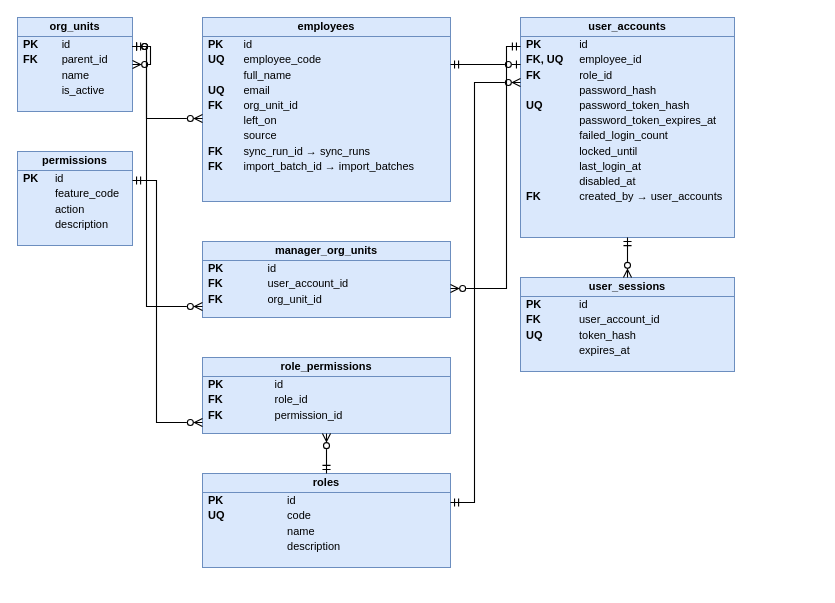
cuonglpv/VFast keeps this draw.io diagram as docs/database/diagrams/erd_organization.drawio. Above is the earlier version. Source tidied: cells renumbered, new cells numbered last; positions are measured from the earlier drawing's top-left corner, leaving out a move shared by most shapes. Both pictures are drawn from the tidied source at 100%, with x=0, y=0 at pixel (17, 17).
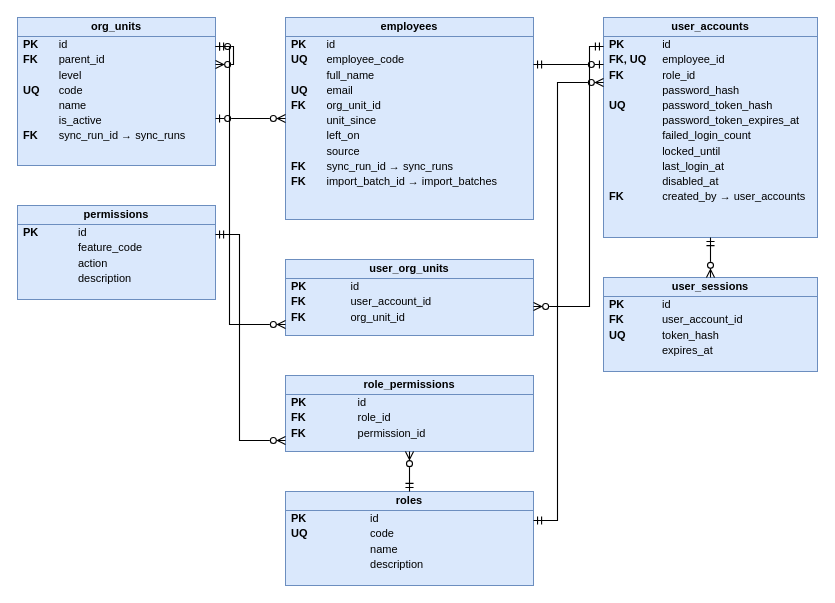
The same diagram, later.

Diff of the diagram source:
```diff
@@
-    <mxCell id="2" value="&lt;div style=&quot;font-weight:bold;text-align:center;padding:3px 0;border-bottom:1px solid #6C8EBF;&quot;&gt;org_units&lt;/div&gt;&lt;table style=&quot;width:100%;font-size:11px;border-collapse:collapse;&quot;&gt;&lt;tr&gt;&lt;td style=&quot;padding:1px 8px 1px 6px;&quot;&gt;&lt;b&gt;PK&lt;/b&gt;&lt;/td&gt;&lt;td style=&quot;padding:1px 6px;&quot;&gt;id&lt;/td&gt;&lt;/tr&gt;&lt;tr&gt;&lt;td style=&quot;padding:1px 8px 1px 6px;&quot;&gt;&lt;b&gt;FK&lt;/b&gt;&lt;/td&gt;&lt;td style=&quot;padding:1px 6px;&quot;&gt;parent_id&lt;/td&gt;&lt;/tr&gt;&lt;tr&gt;&lt;td style=&quot;padding:1px 8px 1px 6px;&quot;&gt;&lt;b&gt;&lt;/b&gt;&lt;/td&gt;&lt;td style=&quot;padding:1px 6px;&quot;&gt;name&lt;/td&gt;&lt;/tr&gt;&lt;tr&gt;&lt;td style=&quot;padding:1px 8px 1px 6px;&quot;&gt;&lt;b&gt;&lt;/b&gt;&lt;/td&gt;&lt;td style=&quot;padding:1px 6px;&quot;&gt;is_active&lt;/td&gt;&lt;/tr&gt;&lt;/table&gt;" style="rounded=0;whiteSpace=wrap;html=1;verticalAlign=top;align=left;spacing=0;overflow=fill;fillColor=#DAE8FC;strokeColor=#6C8EBF;fontSize=11;" parent="1" vertex="1">
-      <mxGeometry width="115" height="94" as="geometry" />
+    <mxCell id="2" value="&lt;div style=&quot;font-weight:bold;text-align:center;padding:3px 0;border-bottom:1px solid #6C8EBF;&quot;&gt;org_units&lt;/div&gt;&lt;table style=&quot;width:100%;font-size:11px;border-collapse:collapse;&quot;&gt;&lt;tr&gt;&lt;td style=&quot;padding:1px 8px 1px 6px;&quot;&gt;&lt;b&gt;PK&lt;/b&gt;&lt;/td&gt;&lt;td style=&quot;padding:1px 6px;&quot;&gt;id&lt;/td&gt;&lt;/tr&gt;&lt;tr&gt;&lt;td style=&quot;padding:1px 8px 1px 6px;&quot;&gt;&lt;b&gt;FK&lt;/b&gt;&lt;/td&gt;&lt;td style=&quot;padding:1px 6px;&quot;&gt;parent_id&lt;/td&gt;&lt;/tr&gt;&lt;tr&gt;&lt;td style=&quot;padding:1px 8px 1px 6px;&quot;&gt;&lt;b&gt;&lt;/b&gt;&lt;/td&gt;&lt;td style=&quot;padding:1px 6px;&quot;&gt;level&lt;/td&gt;&lt;/tr&gt;&lt;tr&gt;&lt;td style=&quot;padding:1px 8px 1px 6px;&quot;&gt;&lt;b&gt;UQ&lt;/b&gt;&lt;/td&gt;&lt;td style=&quot;padding:1px 6px;&quot;&gt;code&lt;/td&gt;&lt;/tr&gt;&lt;tr&gt;&lt;td style=&quot;padding:1px 8px 1px 6px;&quot;&gt;&lt;b&gt;&lt;/b&gt;&lt;/td&gt;&lt;td style=&quot;padding:1px 6px;&quot;&gt;name&lt;/td&gt;&lt;/tr&gt;&lt;tr&gt;&lt;td style=&quot;padding:1px 8px 1px 6px;&quot;&gt;&lt;b&gt;&lt;/b&gt;&lt;/td&gt;&lt;td style=&quot;padding:1px 6px;&quot;&gt;is_active&lt;/td&gt;&lt;/tr&gt;&lt;tr&gt;&lt;td style=&quot;padding:1px 8px 1px 6px;&quot;&gt;&lt;b&gt;FK&lt;/b&gt;&lt;/td&gt;&lt;td style=&quot;padding:1px 6px;&quot;&gt;sync_run_id → sync_runs&lt;/td&gt;&lt;/tr&gt;&lt;/table&gt;" style="rounded=0;whiteSpace=wrap;html=1;verticalAlign=top;align=left;spacing=0;overflow=fill;fillColor=#DAE8FC;strokeColor=#6C8EBF;fontSize=11;" parent="1" vertex="1">
+      <mxGeometry width="198" height="148" as="geometry" />
     </mxCell>
     <mxCell id="3" value="&lt;div style=&quot;font-weight:bold;text-align:center;padding:3px 0;border-bottom:1px solid #6C8EBF;&quot;&gt;permissions&lt;/div&gt;&lt;table style=&quot;width:100%;font-size:11px;border-collapse:collapse;&quot;&gt;&lt;tr&gt;&lt;td style=&quot;padding:1px 8px 1px 6px;&quot;&gt;&lt;b&gt;PK&lt;/b&gt;&lt;/td&gt;&lt;td style=&quot;padding:1px 6px;&quot;&gt;id&lt;/td&gt;&lt;/tr&gt;&lt;tr&gt;&lt;td style=&quot;padding:1px 8px 1px 6px;&quot;&gt;&lt;b&gt;&lt;/b&gt;&lt;/td&gt;&lt;td style=&quot;padding:1px 6px;&quot;&gt;feature_code&lt;/td&gt;&lt;/tr&gt;&lt;tr&gt;&lt;td style=&quot;padding:1px 8px 1px 6px;&quot;&gt;&lt;b&gt;&lt;/b&gt;&lt;/td&gt;&lt;td style=&quot;padding:1px 6px;&quot;&gt;action&lt;/td&gt;&lt;/tr&gt;&lt;tr&gt;&lt;td style=&quot;padding:1px 8px 1px 6px;&quot;&gt;&lt;b&gt;&lt;/b&gt;&lt;/td&gt;&lt;td style=&quot;padding:1px 6px;&quot;&gt;description&lt;/td&gt;&lt;/tr&gt;&lt;/table&gt;" style="rounded=0;whiteSpace=wrap;html=1;verticalAlign=top;align=left;spacing=0;overflow=fill;fillColor=#DAE8FC;strokeColor=#6C8EBF;fontSize=11;" parent="1" vertex="1">
-      <mxGeometry y="134" width="115" height="94" as="geometry" />
+      <mxGeometry y="188" width="198" height="94" as="geometry" />
     </mxCell>
-    <mxCell id="4" value="&lt;div style=&quot;font-weight:bold;text-align:center;padding:3px 0;border-bottom:1px solid #6C8EBF;&quot;&gt;employees&lt;/div&gt;&lt;table style=&quot;width:100%;font-size:11px;border-collapse:collapse;&quot;&gt;&lt;tr&gt;&lt;td style=&quot;padding:1px 8px 1px 6px;&quot;&gt;&lt;b&gt;PK&lt;/b&gt;&lt;/td&gt;&lt;td style=&quot;padding:1px 6px;&quot;&gt;id&lt;/td&gt;&lt;/tr&gt;&lt;tr&gt;&lt;td style=&quot;padding:1px 8px 1px 6px;&quot;&gt;&lt;b&gt;UQ&lt;/b&gt;&lt;/td&gt;&lt;td style=&quot;padding:1px 6px;&quot;&gt;employee_code&lt;/td&gt;&lt;/tr&gt;&lt;tr&gt;&lt;td style=&quot;padding:1px 8px 1px 6px;&quot;&gt;&lt;b&gt;&lt;/b&gt;&lt;/td&gt;&lt;td style=&quot;padding:1px 6px;&quot;&gt;full_name&lt;/td&gt;&lt;/tr&gt;&lt;tr&gt;&lt;td style=&quot;padding:1px 8px 1px 6px;&quot;&gt;&lt;b&gt;UQ&lt;/b&gt;&lt;/td&gt;&lt;td style=&quot;padding:1px 6px;&quot;&gt;email&lt;/td&gt;&lt;/tr&gt;&lt;tr&gt;&lt;td style=&quot;padding:1px 8px 1px 6px;&quot;&gt;&lt;b&gt;FK&lt;/b&gt;&lt;/td&gt;&lt;td style=&quot;padding:1px 6px;&quot;&gt;org_unit_id&lt;/td&gt;&lt;/tr&gt;&lt;tr&gt;&lt;td style=&quot;padding:1px 8px 1px 6px;&quot;&gt;&lt;b&gt;&lt;/b&gt;&lt;/td&gt;&lt;td style=&quot;padding:1px 6px;&quot;&gt;left_on&lt;/td&gt;&lt;/tr&gt;&lt;tr&gt;&lt;td style=&quot;padding:1px 8px 1px 6px;&quot;&gt;&lt;b&gt;&lt;/b&gt;&lt;/td&gt;&lt;td style=&quot;padding:1px 6px;&quot;&gt;source&lt;/td&gt;&lt;/tr&gt;&lt;tr&gt;&lt;td style=&quot;padding:1px 8px 1px 6px;&quot;&gt;&lt;b&gt;FK&lt;/b&gt;&lt;/td&gt;&lt;td style=&quot;padding:1px 6px;&quot;&gt;sync_run_id → sync_runs&lt;/td&gt;&lt;/tr&gt;&lt;tr&gt;&lt;td style=&quot;padding:1px 8px 1px 6px;&quot;&gt;&lt;b&gt;FK&lt;/b&gt;&lt;/td&gt;&lt;td style=&quot;padding:1px 6px;&quot;&gt;import_batch_id → import_batches&lt;/td&gt;&lt;/tr&gt;&lt;/table&gt;" style="rounded=0;whiteSpace=wrap;html=1;verticalAlign=top;align=left;spacing=0;overflow=fill;fillColor=#DAE8FC;strokeColor=#6C8EBF;fontSize=11;" parent="1" vertex="1">
-      <mxGeometry x="185" width="248" height="184" as="geometry" />
+    <mxCell id="4" value="&lt;div style=&quot;font-weight:bold;text-align:center;padding:3px 0;border-bottom:1px solid #6C8EBF;&quot;&gt;employees&lt;/div&gt;&lt;table style=&quot;width:100%;font-size:11px;border-collapse:collapse;&quot;&gt;&lt;tr&gt;&lt;td style=&quot;padding:1px 8px 1px 6px;&quot;&gt;&lt;b&gt;PK&lt;/b&gt;&lt;/td&gt;&lt;td style=&quot;padding:1px 6px;&quot;&gt;id&lt;/td&gt;&lt;/tr&gt;&lt;tr&gt;&lt;td style=&quot;padding:1px 8px 1px 6px;&quot;&gt;&lt;b&gt;UQ&lt;/b&gt;&lt;/td&gt;&lt;td style=&quot;padding:1px 6px;&quot;&gt;employee_code&lt;/td&gt;&lt;/tr&gt;&lt;tr&gt;&lt;td style=&quot;padding:1px 8px 1px 6px;&quot;&gt;&lt;b&gt;&lt;/b&gt;&lt;/td&gt;&lt;td style=&quot;padding:1px 6px;&quot;&gt;full_name&lt;/td&gt;&lt;/tr&gt;&lt;tr&gt;&lt;td style=&quot;padding:1px 8px 1px 6px;&quot;&gt;&lt;b&gt;UQ&lt;/b&gt;&lt;/td&gt;&lt;td style=&quot;padding:1px 6px;&quot;&gt;email&lt;/td&gt;&lt;/tr&gt;&lt;tr&gt;&lt;td style=&quot;padding:1px 8px 1px 6px;&quot;&gt;&lt;b&gt;FK&lt;/b&gt;&lt;/td&gt;&lt;td style=&quot;padding:1px 6px;&quot;&gt;org_unit_id&lt;/td&gt;&lt;/tr&gt;&lt;tr&gt;&lt;td style=&quot;padding:1px 8px 1px 6px;&quot;&gt;&lt;b&gt;&lt;/b&gt;&lt;/td&gt;&lt;td style=&quot;padding:1px 6px;&quot;&gt;unit_since&lt;/td&gt;&lt;/tr&gt;&lt;tr&gt;&lt;td style=&quot;padding:1px 8px 1px 6px;&quot;&gt;&lt;b&gt;&lt;/b&gt;&lt;/td&gt;&lt;td style=&quot;padding:1px 6px;&quot;&gt;left_on&lt;/td&gt;&lt;/tr&gt;&lt;tr&gt;&lt;td style=&quot;padding:1px 8px 1px 6px;&quot;&gt;&lt;b&gt;&lt;/b&gt;&lt;/td&gt;&lt;td style=&quot;padding:1px 6px;&quot;&gt;source&lt;/td&gt;&lt;/tr&gt;&lt;tr&gt;&lt;td style=&quot;padding:1px 8px 1px 6px;&quot;&gt;&lt;b&gt;FK&lt;/b&gt;&lt;/td&gt;&lt;td style=&quot;padding:1px 6px;&quot;&gt;sync_run_id → sync_runs&lt;/td&gt;&lt;/tr&gt;&lt;tr&gt;&lt;td style=&quot;padding:1px 8px 1px 6px;&quot;&gt;&lt;b&gt;FK&lt;/b&gt;&lt;/td&gt;&lt;td style=&quot;padding:1px 6px;&quot;&gt;import_batch_id → import_batches&lt;/td&gt;&lt;/tr&gt;&lt;/table&gt;" style="rounded=0;whiteSpace=wrap;html=1;verticalAlign=top;align=left;spacing=0;overflow=fill;fillColor=#DAE8FC;strokeColor=#6C8EBF;fontSize=11;" parent="1" vertex="1">
+      <mxGeometry x="268" width="248" height="202" as="geometry" />
     </mxCell>
-    <mxCell id="5" value="&lt;div style=&quot;font-weight:bold;text-align:center;padding:3px 0;border-bottom:1px solid #6C8EBF;&quot;&gt;manager_org_units&lt;/div&gt;&lt;table style=&quot;width:100%;font-size:11px;border-collapse:collapse;&quot;&gt;&lt;tr&gt;&lt;td style=&quot;padding:1px 8px 1px 6px;&quot;&gt;&lt;b&gt;PK&lt;/b&gt;&lt;/td&gt;&lt;td style=&quot;padding:1px 6px;&quot;&gt;id&lt;/td&gt;&lt;/tr&gt;&lt;tr&gt;&lt;td style=&quot;padding:1px 8px 1px 6px;&quot;&gt;&lt;b&gt;FK&lt;/b&gt;&lt;/td&gt;&lt;td style=&quot;padding:1px 6px;&quot;&gt;user_account_id&lt;/td&gt;&lt;/tr&gt;&lt;tr&gt;&lt;td style=&quot;padding:1px 8px 1px 6px;&quot;&gt;&lt;b&gt;FK&lt;/b&gt;&lt;/td&gt;&lt;td style=&quot;padding:1px 6px;&quot;&gt;org_unit_id&lt;/td&gt;&lt;/tr&gt;&lt;/table&gt;" style="rounded=0;whiteSpace=wrap;html=1;verticalAlign=top;align=left;spacing=0;overflow=fill;fillColor=#DAE8FC;strokeColor=#6C8EBF;fontSize=11;" parent="1" vertex="1">
-      <mxGeometry x="185" y="224" width="248" height="76" as="geometry" />
+    <mxCell id="5" value="&lt;div style=&quot;font-weight:bold;text-align:center;padding:3px 0;border-bottom:1px solid #6C8EBF;&quot;&gt;user_org_units&lt;/div&gt;&lt;table style=&quot;width:100%;font-size:11px;border-collapse:collapse;&quot;&gt;&lt;tr&gt;&lt;td style=&quot;padding:1px 8px 1px 6px;&quot;&gt;&lt;b&gt;PK&lt;/b&gt;&lt;/td&gt;&lt;td style=&quot;padding:1px 6px;&quot;&gt;id&lt;/td&gt;&lt;/tr&gt;&lt;tr&gt;&lt;td style=&quot;padding:1px 8px 1px 6px;&quot;&gt;&lt;b&gt;FK&lt;/b&gt;&lt;/td&gt;&lt;td style=&quot;padding:1px 6px;&quot;&gt;user_account_id&lt;/td&gt;&lt;/tr&gt;&lt;tr&gt;&lt;td style=&quot;padding:1px 8px 1px 6px;&quot;&gt;&lt;b&gt;FK&lt;/b&gt;&lt;/td&gt;&lt;td style=&quot;padding:1px 6px;&quot;&gt;org_unit_id&lt;/td&gt;&lt;/tr&gt;&lt;/table&gt;" style="rounded=0;whiteSpace=wrap;html=1;verticalAlign=top;align=left;spacing=0;overflow=fill;fillColor=#DAE8FC;strokeColor=#6C8EBF;fontSize=11;" parent="1" vertex="1">
+      <mxGeometry x="268" y="242" width="248" height="76" as="geometry" />
     </mxCell>
     <mxCell id="6" value="&lt;div style=&quot;font-weight:bold;text-align:center;padding:3px 0;border-bottom:1px solid #6C8EBF;&quot;&gt;role_permissions&lt;/div&gt;&lt;table style=&quot;width:100%;font-size:11px;border-collapse:collapse;&quot;&gt;&lt;tr&gt;&lt;td style=&quot;padding:1px 8px 1px 6px;&quot;&gt;&lt;b&gt;PK&lt;/b&gt;&lt;/td&gt;&lt;td style=&quot;padding:1px 6px;&quot;&gt;id&lt;/td&gt;&lt;/tr&gt;&lt;tr&gt;&lt;td style=&quot;padding:1px 8px 1px 6px;&quot;&gt;&lt;b&gt;FK&lt;/b&gt;&lt;/td&gt;&lt;td style=&quot;padding:1px 6px;&quot;&gt;role_id&lt;/td&gt;&lt;/tr&gt;&lt;tr&gt;&lt;td style=&quot;padding:1px 8px 1px 6px;&quot;&gt;&lt;b&gt;FK&lt;/b&gt;&lt;/td&gt;&lt;td style=&quot;padding:1px 6px;&quot;&gt;permission_id&lt;/td&gt;&lt;/tr&gt;&lt;/table&gt;" style="rounded=0;whiteSpace=wrap;html=1;verticalAlign=top;align=left;spacing=0;overflow=fill;fillColor=#DAE8FC;strokeColor=#6C8EBF;fontSize=11;" parent="1" vertex="1">
-      <mxGeometry x="185" y="340" width="248" height="76" as="geometry" />
+      <mxGeometry x="268" y="358" width="248" height="76" as="geometry" />
     </mxCell>
     <mxCell id="7" value="&lt;div style=&quot;font-weight:bold;text-align:center;padding:3px 0;border-bottom:1px solid #6C8EBF;&quot;&gt;roles&lt;/div&gt;&lt;table style=&quot;width:100%;font-size:11px;border-collapse:collapse;&quot;&gt;&lt;tr&gt;&lt;td style=&quot;padding:1px 8px 1px 6px;&quot;&gt;&lt;b&gt;PK&lt;/b&gt;&lt;/td&gt;&lt;td style=&quot;padding:1px 6px;&quot;&gt;id&lt;/td&gt;&lt;/tr&gt;&lt;tr&gt;&lt;td style=&quot;padding:1px 8px 1px 6px;&quot;&gt;&lt;b&gt;UQ&lt;/b&gt;&lt;/td&gt;&lt;td style=&quot;padding:1px 6px;&quot;&gt;code&lt;/td&gt;&lt;/tr&gt;&lt;tr&gt;&lt;td style=&quot;padding:1px 8px 1px 6px;&quot;&gt;&lt;b&gt;&lt;/b&gt;&lt;/td&gt;&lt;td style=&quot;padding:1px 6px;&quot;&gt;name&lt;/td&gt;&lt;/tr&gt;&lt;tr&gt;&lt;td style=&quot;padding:1px 8px 1px 6px;&quot;&gt;&lt;b&gt;&lt;/b&gt;&lt;/td&gt;&lt;td style=&quot;padding:1px 6px;&quot;&gt;description&lt;/td&gt;&lt;/tr&gt;&lt;/table&gt;" style="rounded=0;whiteSpace=wrap;html=1;verticalAlign=top;align=left;spacing=0;overflow=fill;fillColor=#DAE8FC;strokeColor=#6C8EBF;fontSize=11;" parent="1" vertex="1">
-      <mxGeometry x="185" y="456" width="248" height="94" as="geometry" />
+      <mxGeometry x="268" y="474" width="248" height="94" as="geometry" />
     </mxCell>
     <mxCell id="8" value="&lt;div style=&quot;font-weight:bold;text-align:center;padding:3px 0;border-bottom:1px solid #6C8EBF;&quot;&gt;user_accounts&lt;/div&gt;&lt;table style=&quot;width:100%;font-size:11px;border-collapse:collapse;&quot;&gt;&lt;tr&gt;&lt;td style=&quot;padding:1px 8px 1px 6px;&quot;&gt;&lt;b&gt;PK&lt;/b&gt;&lt;/td&gt;&lt;td style=&quot;padding:1px 6px;&quot;&gt;id&lt;/td&gt;&lt;/tr&gt;&lt;tr&gt;&lt;td style=&quot;padding:1px 8px 1px 6px;&quot;&gt;&lt;b&gt;FK, UQ&lt;/b&gt;&lt;/td&gt;&lt;td style=&quot;padding:1px 6px;&quot;&gt;employee_id&lt;/td&gt;&lt;/tr&gt;&lt;tr&gt;&lt;td style=&quot;padding:1px 8px 1px 6px;&quot;&gt;&lt;b&gt;FK&lt;/b&gt;&lt;/td&gt;&lt;td style=&quot;padding:1px 6px;&quot;&gt;role_id&lt;/td&gt;&lt;/tr&gt;&lt;tr&gt;&lt;td style=&quot;padding:1px 8px 1px 6px;&quot;&gt;&lt;b&gt;&lt;/b&gt;&lt;/td&gt;&lt;td style=&quot;padding:1px 6px;&quot;&gt;password_hash&lt;/td&gt;&lt;/tr&gt;&lt;tr&gt;&lt;td style=&quot;padding:1px 8px 1px 6px;&quot;&gt;&lt;b&gt;UQ&lt;/b&gt;&lt;/td&gt;&lt;td style=&quot;padding:1px 6px;&quot;&gt;password_token_hash&lt;/td&gt;&lt;/tr&gt;&lt;tr&gt;&lt;td style=&quot;padding:1px 8px 1px 6px;&quot;&gt;&lt;b&gt;&lt;/b&gt;&lt;/td&gt;&lt;td style=&quot;padding:1px 6px;&quot;&gt;password_token_expires_at&lt;/td&gt;&lt;/tr&gt;&lt;tr&gt;&lt;td style=&quot;padding:1px 8px 1px 6px;&quot;&gt;&lt;b&gt;&lt;/b&gt;&lt;/td&gt;&lt;td style=&quot;padding:1px 6px;&quot;&gt;failed_login_count&lt;/td&gt;&lt;/tr&gt;&lt;tr&gt;&lt;td style=&quot;padding:1px 8px 1px 6px;&quot;&gt;&lt;b&gt;&lt;/b&gt;&lt;/td&gt;&lt;td style=&quot;padding:1px 6px;&quot;&gt;locked_until&lt;/td&gt;&lt;/tr&gt;&lt;tr&gt;&lt;td style=&quot;padding:1px 8px 1px 6px;&quot;&gt;&lt;b&gt;&lt;/b&gt;&lt;/td&gt;&lt;td style=&quot;padding:1px 6px;&quot;&gt;last_login_at&lt;/td&gt;&lt;/tr&gt;&lt;tr&gt;&lt;td style=&quot;padding:1px 8px 1px 6px;&quot;&gt;&lt;b&gt;&lt;/b&gt;&lt;/td&gt;&lt;td style=&quot;padding:1px 6px;&quot;&gt;disabled_at&lt;/td&gt;&lt;/tr&gt;&lt;tr&gt;&lt;td style=&quot;padding:1px 8px 1px 6px;&quot;&gt;&lt;b&gt;FK&lt;/b&gt;&lt;/td&gt;&lt;td style=&quot;padding:1px 6px;&quot;&gt;created_by → user_accounts&lt;/td&gt;&lt;/tr&gt;&lt;/table&gt;" style="rounded=0;whiteSpace=wrap;html=1;verticalAlign=top;align=left;spacing=0;overflow=fill;fillColor=#DAE8FC;strokeColor=#6C8EBF;fontSize=11;" parent="1" vertex="1">
-      <mxGeometry x="503" width="214" height="220" as="geometry" />
+      <mxGeometry x="586" width="214" height="220" as="geometry" />
     </mxCell>
     <mxCell id="9" value="&lt;div style=&quot;font-weight:bold;text-align:center;padding:3px 0;border-bottom:1px solid #6C8EBF;&quot;&gt;user_sessions&lt;/div&gt;&lt;table style=&quot;width:100%;font-size:11px;border-collapse:collapse;&quot;&gt;&lt;tr&gt;&lt;td style=&quot;padding:1px 8px 1px 6px;&quot;&gt;&lt;b&gt;PK&lt;/b&gt;&lt;/td&gt;&lt;td style=&quot;padding:1px 6px;&quot;&gt;id&lt;/td&gt;&lt;/tr&gt;&lt;tr&gt;&lt;td style=&quot;padding:1px 8px 1px 6px;&quot;&gt;&lt;b&gt;FK&lt;/b&gt;&lt;/td&gt;&lt;td style=&quot;padding:1px 6px;&quot;&gt;user_account_id&lt;/td&gt;&lt;/tr&gt;&lt;tr&gt;&lt;td style=&quot;padding:1px 8px 1px 6px;&quot;&gt;&lt;b&gt;UQ&lt;/b&gt;&lt;/td&gt;&lt;td style=&quot;padding:1px 6px;&quot;&gt;token_hash&lt;/td&gt;&lt;/tr&gt;&lt;tr&gt;&lt;td style=&quot;padding:1px 8px 1px 6px;&quot;&gt;&lt;b&gt;&lt;/b&gt;&lt;/td&gt;&lt;td style=&quot;padding:1px 6px;&quot;&gt;expires_at&lt;/td&gt;&lt;/tr&gt;&lt;/table&gt;" style="rounded=0;whiteSpace=wrap;html=1;verticalAlign=top;align=left;spacing=0;overflow=fill;fillColor=#DAE8FC;strokeColor=#6C8EBF;fontSize=11;" parent="1" vertex="1">
-      <mxGeometry x="503" y="260" width="214" height="94" as="geometry" />
+      <mxGeometry x="586" y="260" width="214" height="94" as="geometry" />
     </mxCell>
-    <mxCell id="10" style="html=1;rounded=0;endArrow=ERzeroToMany;endFill=0;startArrow=ERmandOne;startFill=0;strokeColor=#000000;strokeWidth=1.1;" parent="1" edge="1">
+    <mxCell id="10" style="html=1;rounded=0;endArrow=ERzeroToMany;endFill=0;startArrow=ERzeroToOne;startFill=0;strokeColor=#000000;strokeWidth=1.1;" parent="1" edge="1">
       <mxGeometry relative="1" as="geometry">
-        <mxPoint x="115" y="29" as="sourcePoint" />
-        <mxPoint x="185" y="289" as="targetPoint" />
+        <mxPoint x="198" y="29" as="sourcePoint" />
+        <mxPoint x="198" y="47" as="targetPoint" />
         <Array as="points">
-          <mxPoint x="129" y="29" />
-          <mxPoint x="129" y="289" />
+          <mxPoint x="216" y="29" />
+          <mxPoint x="216" y="47" />
         </Array>
       </mxGeometry>
     </mxCell>
-    <mxCell id="11" style="html=1;rounded=0;endArrow=ERzeroToMany;endFill=0;startArrow=ERzeroToOne;startFill=0;strokeColor=#000000;strokeWidth=1.1;" parent="1" edge="1">
+    <mxCell id="11" style="html=1;rounded=0;endArrow=ERzeroToMany;endFill=0;startArrow=ERmandOne;startFill=0;strokeColor=#000000;strokeWidth=1.1;" parent="1" edge="1">
       <mxGeometry relative="1" as="geometry">
-        <mxPoint x="115" y="29" as="sourcePoint" />
-        <mxPoint x="185" y="101" as="targetPoint" />
+        <mxPoint x="198" y="29" as="sourcePoint" />
+        <mxPoint x="268" y="307" as="targetPoint" />
         <Array as="points">
-          <mxPoint x="129" y="29" />
-          <mxPoint x="129" y="101" />
+          <mxPoint x="212" y="29" />
+          <mxPoint x="212" y="307" />
         </Array>
       </mxGeometry>
     </mxCell>
     <mxCell id="12" style="html=1;rounded=0;endArrow=ERzeroToMany;endFill=0;startArrow=ERzeroToOne;startFill=0;strokeColor=#000000;strokeWidth=1.1;" parent="1" edge="1">
       <mxGeometry relative="1" as="geometry">
-        <mxPoint x="115" y="29" as="sourcePoint" />
-        <mxPoint x="115" y="47" as="targetPoint" />
-        <Array as="points">
-          <mxPoint x="133" y="29" />
-          <mxPoint x="133" y="47" />
-        </Array>
+        <mxPoint x="198" y="101" as="sourcePoint" />
+        <mxPoint x="268" y="101" as="targetPoint" />
       </mxGeometry>
     </mxCell>
     <mxCell id="13" style="html=1;rounded=0;endArrow=ERzeroToMany;endFill=0;startArrow=ERmandOne;startFill=0;strokeColor=#000000;strokeWidth=1.1;" parent="1" edge="1">
       <mxGeometry relative="1" as="geometry">
-        <mxPoint x="115" y="163" as="sourcePoint" />
-        <mxPoint x="185" y="405" as="targetPoint" />
+        <mxPoint x="198" y="217" as="sourcePoint" />
+        <mxPoint x="268" y="423" as="targetPoint" />
         <Array as="points">
-          <mxPoint x="139" y="163" />
-          <mxPoint x="139" y="405" />
+          <mxPoint x="222" y="217" />
+          <mxPoint x="222" y="423" />
         </Array>
       </mxGeometry>
     </mxCell>
     <mxCell id="14" style="html=1;rounded=0;endArrow=ERzeroToOne;endFill=0;startArrow=ERmandOne;startFill=0;strokeColor=#000000;strokeWidth=1.1;" parent="1" edge="1">
       <mxGeometry relative="1" as="geometry">
-        <mxPoint x="433" y="47" as="sourcePoint" />
-        <mxPoint x="503" y="47" as="targetPoint" />
+        <mxPoint x="516" y="47" as="sourcePoint" />
+        <mxPoint x="586" y="47" as="targetPoint" />
       </mxGeometry>
     </mxCell>
     <mxCell id="15" style="html=1;rounded=0;endArrow=ERzeroToMany;endFill=0;startArrow=ERmandOne;startFill=0;strokeColor=#000000;strokeWidth=1.1;" parent="1" edge="1">
       <mxGeometry relative="1" as="geometry">
-        <mxPoint x="309" y="456" as="sourcePoint" />
-        <mxPoint x="309" y="416" as="targetPoint" />
+        <mxPoint x="392" y="474" as="sourcePoint" />
+        <mxPoint x="392" y="434" as="targetPoint" />
       </mxGeometry>
     </mxCell>
     <mxCell id="16" style="html=1;rounded=0;endArrow=ERzeroToMany;endFill=0;startArrow=ERmandOne;startFill=0;strokeColor=#000000;strokeWidth=1.1;" parent="1" edge="1">
       <mxGeometry relative="1" as="geometry">
-        <mxPoint x="433" y="485" as="sourcePoint" />
-        <mxPoint x="503" y="65" as="targetPoint" />
+        <mxPoint x="516" y="503" as="sourcePoint" />
+        <mxPoint x="586" y="65" as="targetPoint" />
         <Array as="points">
-          <mxPoint x="457" y="485" />
-          <mxPoint x="457" y="65" />
+          <mxPoint x="540" y="503" />
+          <mxPoint x="540" y="65" />
         </Array>
       </mxGeometry>
     </mxCell>
     <mxCell id="17" style="html=1;rounded=0;endArrow=ERzeroToMany;endFill=0;startArrow=ERmandOne;startFill=0;strokeColor=#000000;strokeWidth=1.1;" parent="1" edge="1">
       <mxGeometry relative="1" as="geometry">
-        <mxPoint x="503" y="29" as="sourcePoint" />
-        <mxPoint x="433" y="271" as="targetPoint" />
+        <mxPoint x="586" y="29" as="sourcePoint" />
+        <mxPoint x="516" y="289" as="targetPoint" />
         <Array as="points">
-          <mxPoint x="489" y="29" />
-          <mxPoint x="489" y="271" />
+          <mxPoint x="572" y="29" />
+          <mxPoint x="572" y="289" />
         </Array>
       </mxGeometry>
     </mxCell>
     <mxCell id="18" style="html=1;rounded=0;endArrow=ERzeroToMany;endFill=0;startArrow=ERmandOne;startFill=0;strokeColor=#000000;strokeWidth=1.1;" parent="1" edge="1">
       <mxGeometry relative="1" as="geometry">
-        <mxPoint x="610" y="220" as="sourcePoint" />
-        <mxPoint x="610" y="260" as="targetPoint" />
+        <mxPoint x="693" y="220" as="sourcePoint" />
+        <mxPoint x="693" y="260" as="targetPoint" />
       </mxGeometry>
     </mxCell>
```
